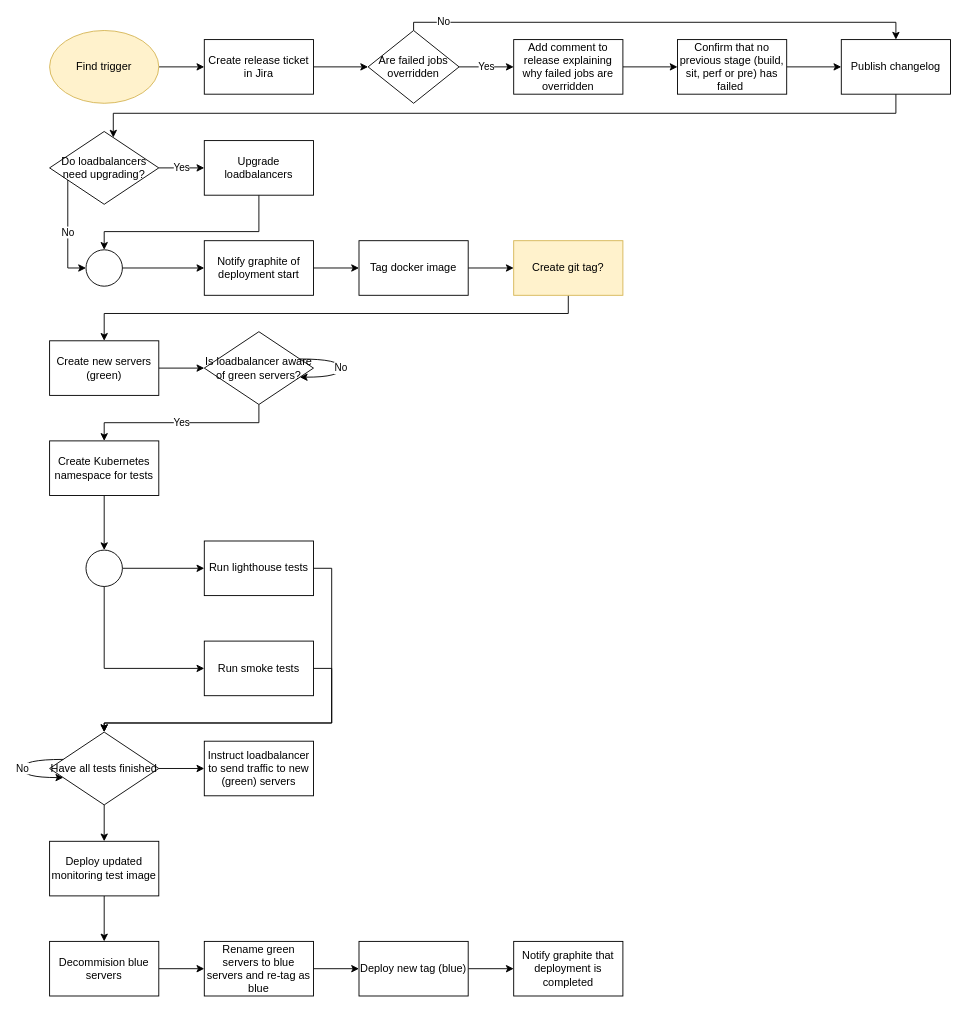
DelphicOkami/DrawIODiagrams keeps this draw.io diagram as page "Deploy Pipeline" (4 of 4) of MainPipeline.drawio. Above is the earlier version. Source tidied: cells renumbered, new cells numbered last; positions are measured from the earlier drawing's top-left corner, leaving out a move shared by most shapes. Both pictures are drawn from the tidied source at 91%, with x=0, y=0 at pixel (22, 22).
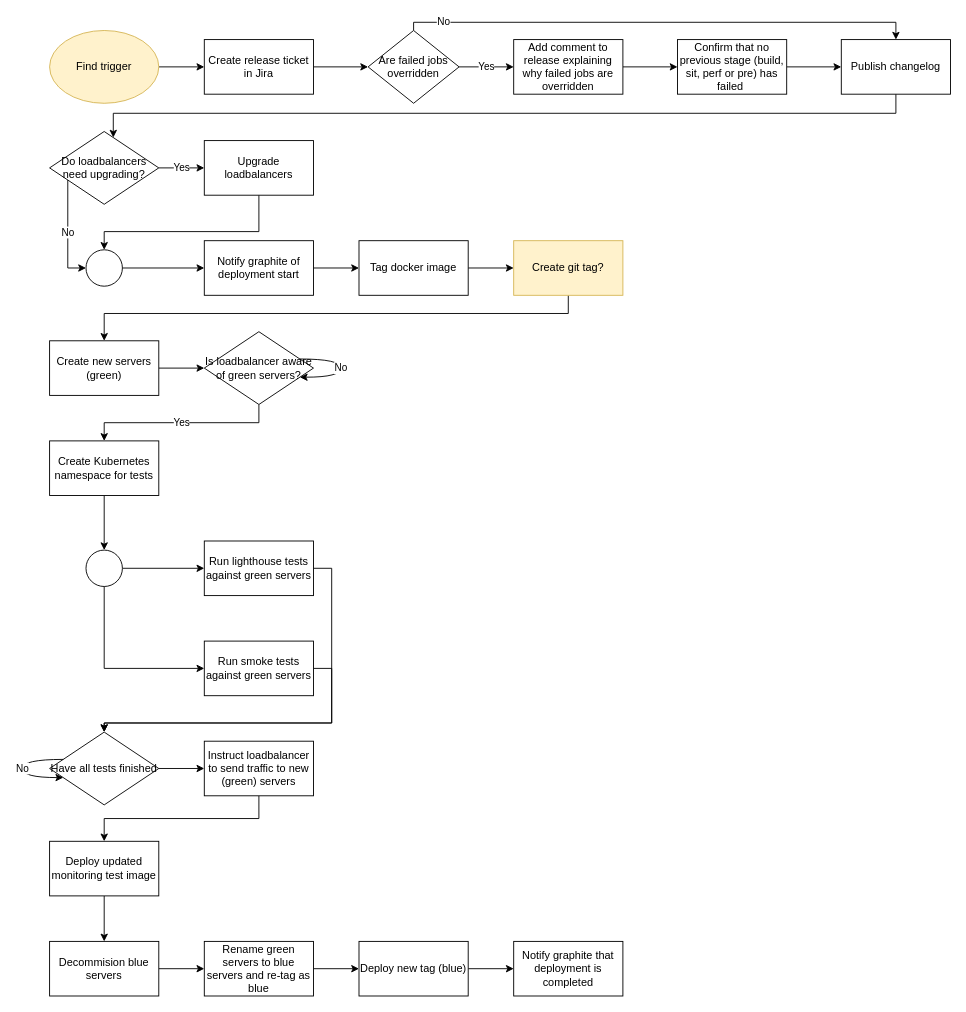
After the change.

The change refers to these unchanged cells:
```xml
<mxCell id="44" value="Have all tests finished" style="rhombus;whiteSpace=wrap;html=1;" parent="1" vertex="1">
  <mxGeometry x="30" y="780" width="120" height="80" as="geometry" />
</mxCell>
<mxCell id="46" value="Instruct loadbalancer to send traffic to new (green) servers" style="rounded=0;whiteSpace=wrap;html=1;" parent="1" vertex="1">
  <mxGeometry x="200" y="790" width="120" height="60" as="geometry" />
</mxCell>
<mxCell id="48" value="Deploy updated monitoring test image" style="rounded=0;whiteSpace=wrap;html=1;" parent="1" vertex="1">
  <mxGeometry x="30" y="900" width="120" height="60" as="geometry" />
</mxCell>
```

Diff of the diagram source:
```diff
@@
-    <mxCell id="36" value="Run lighthouse tests" style="rounded=0;whiteSpace=wrap;html=1;" parent="1" vertex="1">
+    <mxCell id="36" value="Run lighthouse tests against green servers" style="rounded=0;whiteSpace=wrap;html=1;" parent="1" vertex="1">
       <mxGeometry x="200" y="570" width="120" height="60" as="geometry" />
     </mxCell>
@@
-    <mxCell id="41" value="Run smoke&amp;nbsp;tests" style="rounded=0;whiteSpace=wrap;html=1;" parent="1" vertex="1">
+    <mxCell id="41" value="Run smoke&amp;nbsp;tests against green servers" style="rounded=0;whiteSpace=wrap;html=1;" parent="1" vertex="1">
       <mxGeometry x="200" y="680" width="120" height="60" as="geometry" />
     </mxCell>
@@
-    <mxCell id="43" style="edgeStyle=orthogonalEdgeStyle;rounded=0;jettySize=auto;html=1;" parent="1" edge="1" source="44" target="48">
+    <mxCell id="43" style="edgeStyle=orthogonalEdgeStyle;rounded=0;jettySize=auto;html=1;exitX=0.5;exitY=1;exitDx=0;exitDy=0;" parent="1" edge="1" source="46" target="48">
       <mxGeometry relative="1" as="geometry" />
     </mxCell>
```
